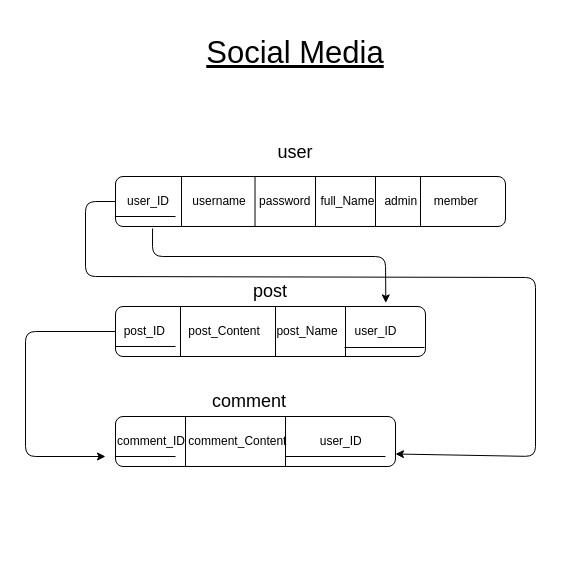
Before: mapping.drawio in n4daidk/project1, a draw.io diagram. Source tidied: cells renumbered, new cells numbered last; positions are measured from the earlier drawing's top-left corner, leaving out a move shared by most shapes. Both pictures are drawn from the tidied source at 100%, with x=0, y=0 at pixel (25, 17).
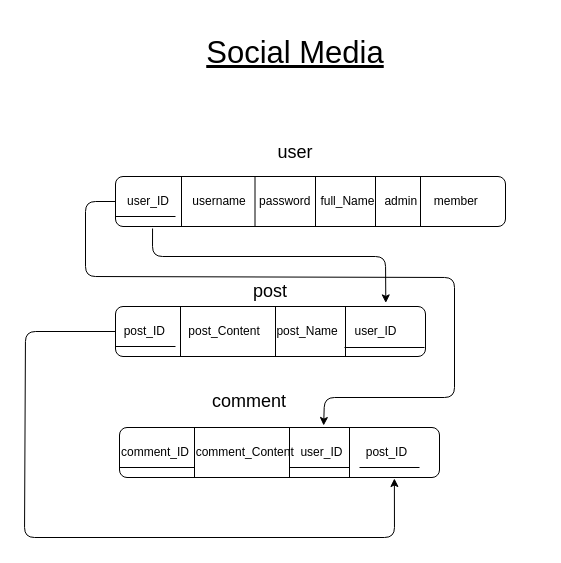
The same diagram, later.

Unchanged cells that the change refers to:
```xml
<mxCell id="3" value="&amp;nbsp; &amp;nbsp;user_ID&amp;nbsp; &amp;nbsp; &amp;nbsp; &amp;nbsp;username&amp;nbsp; &amp;nbsp; password&amp;nbsp; &amp;nbsp;full_Name&amp;nbsp; &amp;nbsp;admin&amp;nbsp; &amp;nbsp; &amp;nbsp;member" style="rounded=1;whiteSpace=wrap;html=1;align=left;" parent="1" vertex="1">
  <mxGeometry x="90" y="159" width="390" height="50" as="geometry" />
</mxCell>
<mxCell id="9" value="&amp;nbsp; post_ID&amp;nbsp; &amp;nbsp; &amp;nbsp; &amp;nbsp;post_Content&amp;nbsp; &amp;nbsp; &amp;nbsp;post_Name&amp;nbsp; &amp;nbsp; &amp;nbsp;user_ID" style="rounded=1;whiteSpace=wrap;html=1;align=left;" parent="1" vertex="1">
  <mxGeometry x="90" y="289" width="310" height="50" as="geometry" />
</mxCell>
```

What changed in the source:
```diff
@@
-    <mxCell id="16" style="endArrow=classic;html=1;entryX=1;entryY=0.75;entryDx=0;entryDy=0;exitX=0;exitY=0.5;exitDx=0;exitDy=0;" parent="1" edge="1" source="3" target="17">
+    <mxCell id="16" style="endArrow=classic;html=1;exitX=0;exitY=0.5;exitDx=0;exitDy=0;entryX=0.638;entryY=-0.04;entryDx=0;entryDy=0;entryPerimeter=0;" parent="1" edge="1" source="3" target="27">
       <mxGeometry relative="1" as="geometry">
         <Array as="points">
           <mxPoint x="60" y="184" />
           <mxPoint x="60" y="259" />
-          <mxPoint x="510" y="260" />
-          <mxPoint x="510" y="439" />
+          <mxPoint x="429" y="260" />
+          <mxPoint x="429" y="380" />
+          <mxPoint x="299" y="380" />
         </Array>
       </mxGeometry>
     </mxCell>
-    <mxCell id="17" value="comment_ID comment_Content&amp;nbsp; &amp;nbsp; &amp;nbsp; &amp;nbsp; &amp;nbsp; user_ID&amp;nbsp; &amp;nbsp;" style="rounded=1;whiteSpace=wrap;html=1;align=left;" parent="1" vertex="1">
-      <mxGeometry x="90" y="399" width="280" height="50" as="geometry" />
-    </mxCell>
-    <mxCell id="18" style="endArrow=none;html=1;" parent="1" edge="1">
-      <mxGeometry relative="1" as="geometry">
-        <mxPoint x="160" y="449" as="sourcePoint" />
-        <mxPoint x="160" y="399" as="targetPoint" />
-      </mxGeometry>
-    </mxCell>
-    <mxCell id="19" style="endArrow=none;html=1;" parent="1" edge="1">
-      <mxGeometry relative="1" as="geometry">
-        <mxPoint x="260" y="449" as="sourcePoint" />
-        <mxPoint x="260" y="399" as="targetPoint" />
-      </mxGeometry>
-    </mxCell>
@@
-    <mxCell id="21" style="endArrow=none;html=1;" parent="1" edge="1">
-      <mxGeometry relative="1" as="geometry">
-        <mxPoint x="90" y="439" as="sourcePoint" />
-        <mxPoint x="150" y="439" as="targetPoint" />
-      </mxGeometry>
-    </mxCell>
-    <mxCell id="22" style="endArrow=none;html=1;entryX=0.964;entryY=0.8;entryDx=0;entryDy=0;entryPerimeter=0;" parent="1" edge="1" target="17">
-      <mxGeometry relative="1" as="geometry">
-        <mxPoint x="260" y="439" as="sourcePoint" />
-      </mxGeometry>
-    </mxCell>
-    <mxCell id="23" style="endArrow=classic;html=1;exitX=0;exitY=0.5;exitDx=0;exitDy=0;" parent="1" edge="1" source="9">
+    <mxCell id="23" style="endArrow=classic;html=1;exitX=0;exitY=0.5;exitDx=0;exitDy=0;entryX=0.859;entryY=1.02;entryDx=0;entryDy=0;entryPerimeter=0;" parent="1" edge="1" source="9" target="27">
       <mxGeometry relative="1" as="geometry">
-        <mxPoint x="80" y="439" as="targetPoint" />
         <Array as="points">
           <mxPoint y="314" />
-          <mxPoint y="439" />
+          <mxPoint x="-1" y="520" />
+          <mxPoint x="369" y="520" />
         </Array>
       </mxGeometry>
     </mxCell>
@@
+    <mxCell id="27" value="comment_ID&amp;nbsp; comment_Content&amp;nbsp; user_ID&amp;nbsp; &amp;nbsp; &amp;nbsp; &amp;nbsp;post_ID&amp;nbsp;&amp;nbsp;" style="rounded=1;whiteSpace=wrap;html=1;align=left;" parent="1" vertex="1">
+      <mxGeometry x="94" y="410" width="320" height="50" as="geometry" />
+    </mxCell>
+    <mxCell id="28" style="endArrow=none;html=1;" parent="1" edge="1">
+      <mxGeometry relative="1" as="geometry">
+        <mxPoint x="169" y="460" as="sourcePoint" />
+        <mxPoint x="169" y="410" as="targetPoint" />
+      </mxGeometry>
+    </mxCell>
+    <mxCell id="29" style="endArrow=none;html=1;" parent="1" edge="1">
+      <mxGeometry relative="1" as="geometry">
+        <mxPoint x="264" y="460" as="sourcePoint" />
+        <mxPoint x="264" y="410" as="targetPoint" />
+      </mxGeometry>
+    </mxCell>
+    <mxCell id="30" style="endArrow=none;html=1;" parent="1" edge="1">
+      <mxGeometry relative="1" as="geometry">
+        <mxPoint x="94" y="450" as="sourcePoint" />
+        <mxPoint x="169" y="450" as="targetPoint" />
+      </mxGeometry>
+    </mxCell>
+    <mxCell id="31" style="endArrow=none;html=1;" parent="1" edge="1">
+      <mxGeometry relative="1" as="geometry">
+        <mxPoint x="264" y="450" as="sourcePoint" />
+        <mxPoint x="324" y="450" as="targetPoint" />
+      </mxGeometry>
+    </mxCell>
+    <mxCell id="32" style="endArrow=none;html=1;" parent="1" edge="1">
+      <mxGeometry relative="1" as="geometry">
+        <mxPoint x="324" y="460" as="sourcePoint" />
+        <mxPoint x="324" y="410" as="targetPoint" />
+      </mxGeometry>
+    </mxCell>
+    <mxCell id="33" style="endArrow=none;html=1;" parent="1" edge="1">
+      <mxGeometry relative="1" as="geometry">
+        <mxPoint x="334" y="450" as="sourcePoint" />
+        <mxPoint x="394" y="450" as="targetPoint" />
+      </mxGeometry>
+    </mxCell>
```
